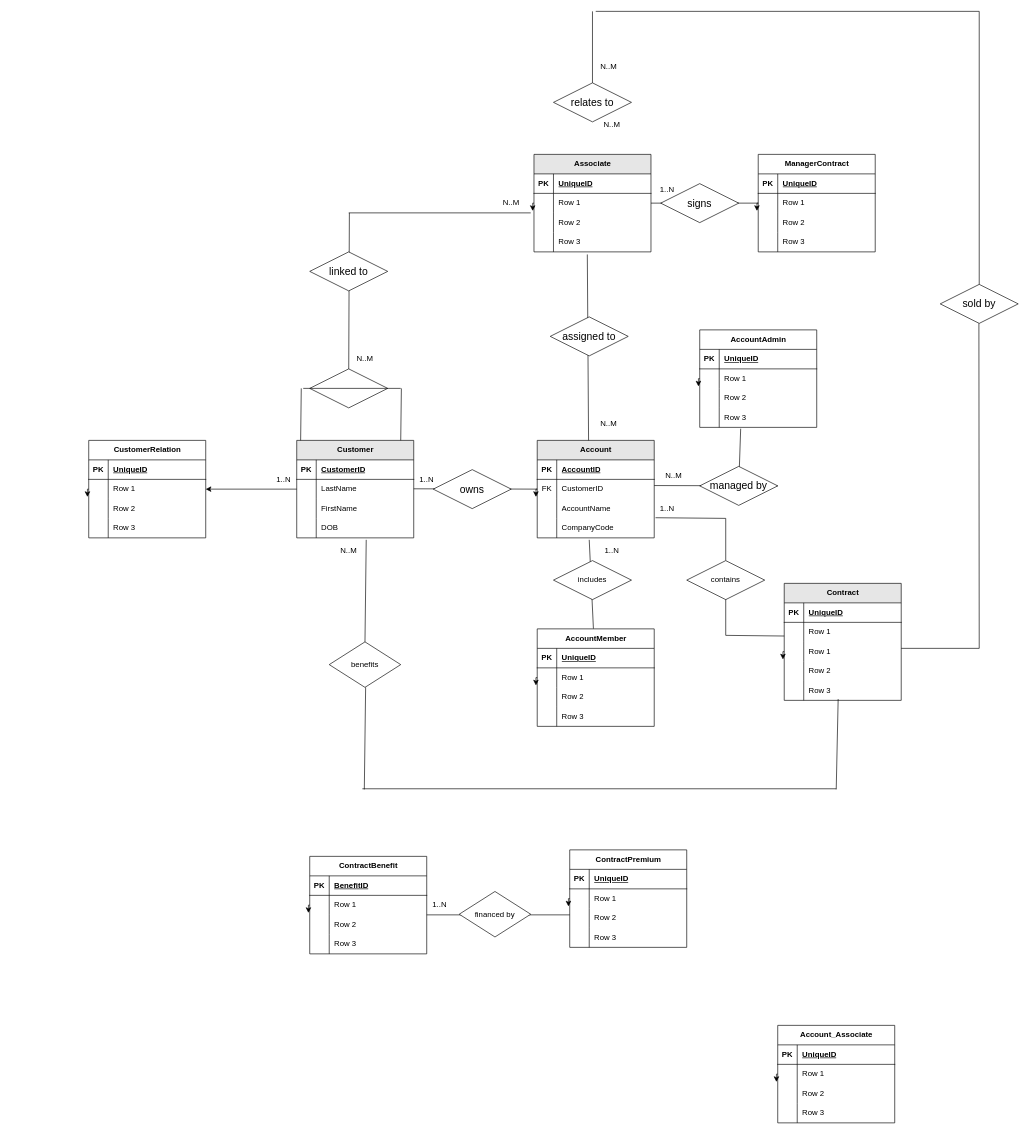
HanquanL/c_practices keeps this draw.io diagram as page "Page-2" (2 of 2) of dsm-project-p1.drawio. Above is the earlier version. Source tidied: cells renumbered, new cells numbered last; positions are measured from the earlier drawing's top-left corner, leaving out a move shared by most shapes. Both pictures are drawn from the tidied source at 65%, with x=0, y=0 at pixel (88, 11).
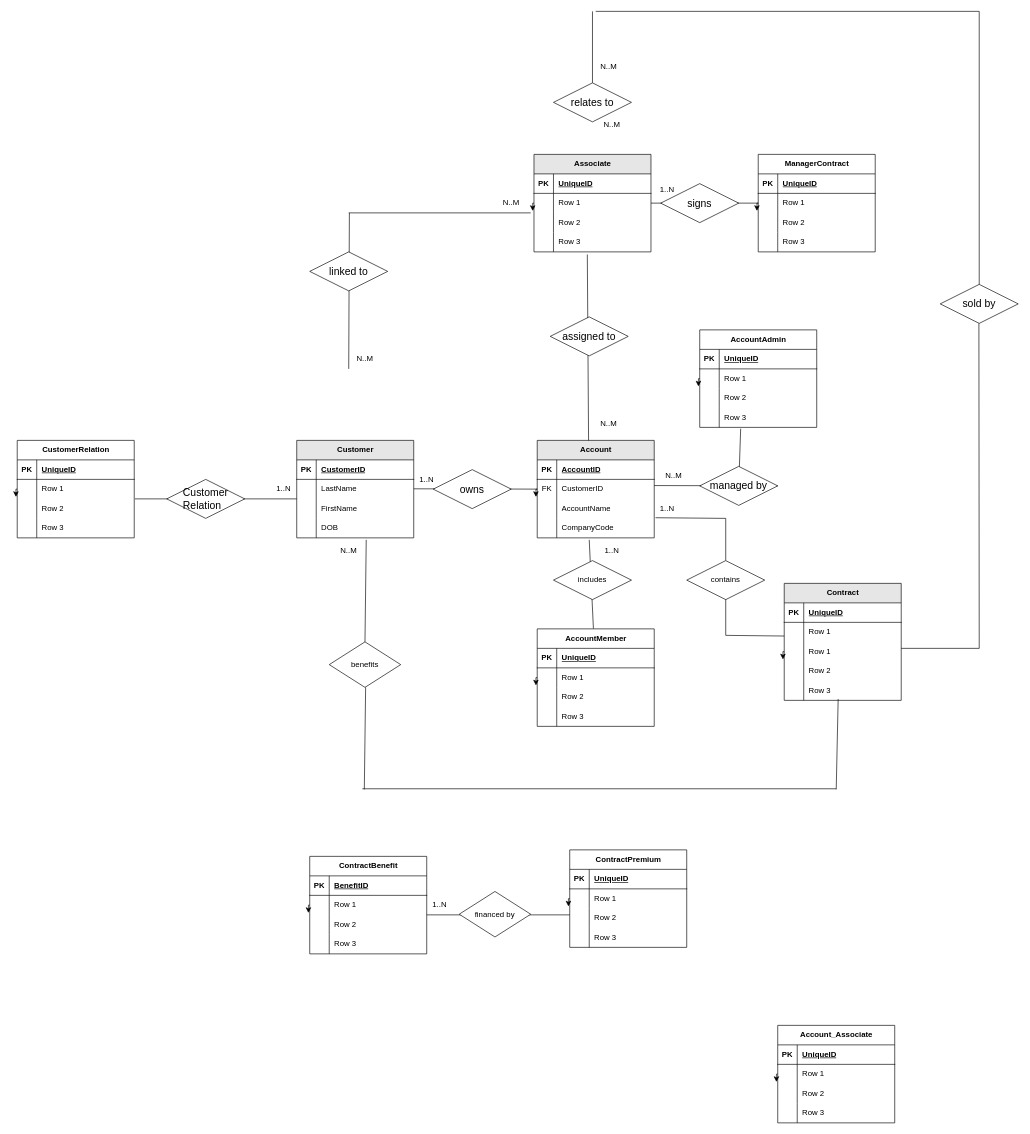
Above is the later version.

The change refers to these unchanged cells:
```xml
<mxCell id="10" style="shape=tableRow;horizontal=0;startSize=0;swimlaneHead=0;swimlaneBody=0;fillColor=none;points=[[0,0.5],[1,0.5]];portConstraint=eastwest;top=0;left=0;right=0;bottom=0;" parent="6" vertex="1">
  <mxGeometry y="60" width="180" height="30" as="geometry" />
</mxCell>
<mxCell id="51" style="shape=tableRow;horizontal=0;startSize=0;swimlaneHead=0;swimlaneBody=0;fillColor=none;points=[[0,0.5],[1,0.5]];portConstraint=eastwest;top=0;left=0;right=0;bottom=0;" parent="47" vertex="1">
  <mxGeometry y="60" width="180" height="30" as="geometry" />
</mxCell>
```

The edit, as a diff of the source:
```diff
@@
     <mxCell id="47" value="CustomerRelation" style="shape=table;startSize=30;childLayout=tableLayout;rowLines=0;fontStyle=1;align=center;html=1;" parent="1" vertex="1">
-      <mxGeometry y="660" width="180" height="150" as="geometry" />
+      <mxGeometry x="-110" y="660" width="180" height="150" as="geometry" />
     </mxCell>
@@
-    <mxCell id="149" value="&lt;div style=&quot;text-align: start;&quot;&gt;&lt;br&gt;&lt;/div&gt;" style="shape=rhombus;perimeter=rhombusPerimeter;whiteSpace=wrap;html=1;align=center;" parent="1" vertex="1">
-      <mxGeometry x="340" y="550" width="120" height="60" as="geometry" />
-    </mxCell>
@@
-    <mxCell id="193" style="endArrow=none;html=1;rounded=0;exitX=0.5;exitY=0;exitDx=0;exitDy=0;" parent="1" edge="1" source="149">
+    <mxCell id="193" style="endArrow=none;html=1;rounded=0;exitX=0.5;exitY=0;exitDx=0;exitDy=0;" parent="1" edge="1">
       <mxGeometry relative="1" as="geometry">
+        <mxPoint x="400" y="550" as="sourcePoint" />
         <mxPoint x="401" y="310" as="targetPoint" />
       </mxGeometry>
     </mxCell>
@@
-    <mxCell id="204" style="endArrow=none;html=1;rounded=0;" parent="1" edge="1">
-      <mxGeometry relative="1" as="geometry">
-        <mxPoint x="330" y="580" as="sourcePoint" />
-        <mxPoint x="480" y="580" as="targetPoint" />
-      </mxGeometry>
-    </mxCell>
-    <mxCell id="205" style="endArrow=none;html=1;rounded=0;" parent="1" edge="1">
-      <mxGeometry relative="1" as="geometry">
-        <mxPoint x="480" y="660" as="sourcePoint" />
-        <mxPoint x="481" y="580" as="targetPoint" />
-      </mxGeometry>
-    </mxCell>
-    <mxCell id="206" style="endArrow=none;html=1;rounded=0;" parent="1" edge="1">
-      <mxGeometry relative="1" as="geometry">
-        <mxPoint x="326" y="660" as="sourcePoint" />
-        <mxPoint x="327" y="580" as="targetPoint" />
-      </mxGeometry>
-    </mxCell>
-    <mxCell id="207" style="edgeStyle=orthogonalEdgeStyle;rounded=0;jettySize=auto;html=1;exitX=0;exitY=0.5;exitDx=0;exitDy=0;" parent="1" edge="1" source="10" target="51">
-      <mxGeometry relative="1" as="geometry" />
-    </mxCell>
     <mxCell id="208" value="1..N" style="text;html=1;align=center;verticalAlign=middle;whiteSpace=wrap;rounded=0;" parent="1" vertex="1">
-      <mxGeometry x="270" y="705" width="60" height="30" as="geometry" />
+      <mxGeometry x="270" y="720" width="60" height="30" as="geometry" />
     </mxCell>
+    <mxCell id="209" style="endArrow=none;html=1;rounded=0;" parent="1" edge="1">
+      <mxGeometry relative="1" as="geometry">
+        <mxPoint x="320" y="750" as="sourcePoint" />
+        <mxPoint x="71" y="750" as="targetPoint" />
+      </mxGeometry>
+    </mxCell>
+    <mxCell id="210" value="&lt;div style=&quot;text-align: start;&quot;&gt;&lt;font size=&quot;3&quot;&gt;Customer&lt;/font&gt;&lt;/div&gt;&lt;div style=&quot;text-align: start;&quot;&gt;&lt;font size=&quot;3&quot;&gt;Relation&lt;/font&gt;&lt;/div&gt;" style="shape=rhombus;perimeter=rhombusPerimeter;whiteSpace=wrap;html=1;align=center;" parent="1" vertex="1">
+      <mxGeometry x="120" y="720" width="120" height="60" as="geometry" />
+    </mxCell>
```
